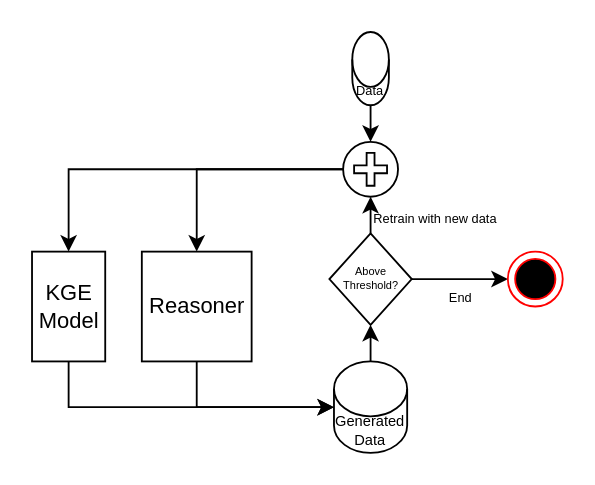
Above: page "Page-2" (2 of 3) of Untitled Diagram.drawio in smejkka3/kge-w-rule-based-reasoning (draw.io), before the change. Source tidied: cells renumbered, new cells numbered last; positions are measured from the earlier drawing's top-left corner, leaving out a move shared by most shapes. Both pictures are drawn from the tidied source at 183%, with x=0, y=0 at pixel (31, 31).
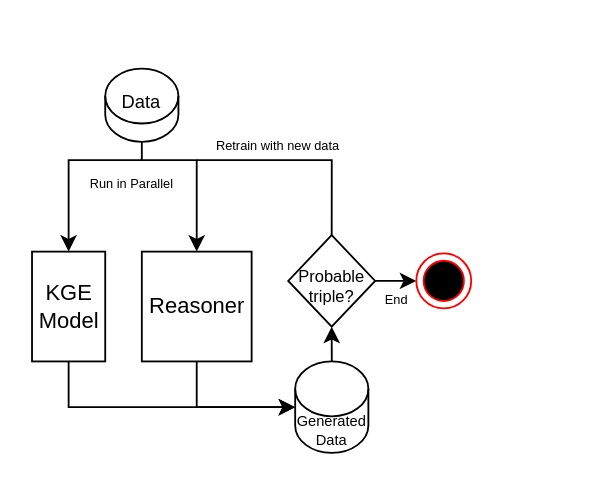
The same page after the edit.

The change refers to these unchanged cells:
```xml
<mxCell id="3" value="KGE &lt;br&gt;Model" style="html=1;dashed=0;whitespace=wrap;" parent="1" vertex="1">
  <mxGeometry y="120" width="40" height="60" as="geometry" />
</mxCell>
<mxCell id="5" value="Reasoner" style="html=1;dashed=0;whitespace=wrap;" parent="1" vertex="1">
  <mxGeometry x="60" y="120" width="60" height="60" as="geometry" />
</mxCell>
```

What changed in the source:
```diff
@@
-    <mxCell id="6" style="edgeStyle=orthogonalEdgeStyle;rounded=0;jettySize=auto;html=1;exitX=0.5;exitY=1;exitDx=0;exitDy=0;exitPerimeter=0;entryX=0.5;entryY=0;entryDx=0;entryDy=0;entryPerimeter=0;" parent="1" edge="1" source="7" target="12">
-      <mxGeometry relative="1" as="geometry" />
-    </mxCell>
-    <mxCell id="7" value="Data" style="shape=cylinder3;whiteSpace=wrap;html=1;boundedLbl=1;backgroundOutline=1;size=15;fontSize=7;" parent="1" vertex="1">
-      <mxGeometry x="175" width="20" height="40" as="geometry" />
+    <mxCell id="7" value="&lt;font style=&quot;font-size: 10px;&quot;&gt;Data&lt;/font&gt;" style="shape=cylinder3;whiteSpace=wrap;html=1;boundedLbl=1;backgroundOutline=1;size=15;fontSize=7;spacingTop=-30;" parent="1" vertex="1">
+      <mxGeometry x="40" y="20" width="40" height="40" as="geometry" />
     </mxCell>
@@
     <mxCell id="9" value="&lt;font style=&quot;font-size: 8px;&quot;&gt;Generated&lt;br style=&quot;font-size: 8px;&quot;&gt;Data&lt;/font&gt;" style="shape=cylinder3;whiteSpace=wrap;html=1;boundedLbl=1;backgroundOutline=1;size=15;fontSize=8;" parent="1" vertex="1">
-      <mxGeometry x="165" y="180" width="40" height="50" as="geometry" />
+      <mxGeometry x="143.8" y="180" width="40" height="50" as="geometry" />
     </mxCell>
-    <mxCell id="10" style="edgeStyle=orthogonalEdgeStyle;rounded=0;jettySize=auto;html=1;exitX=0;exitY=0.5;exitDx=0;exitDy=0;exitPerimeter=0;entryX=0.5;entryY=0;entryDx=0;entryDy=0;" parent="1" edge="1" source="12" target="5">
-      <mxGeometry relative="1" as="geometry" />
+    <mxCell id="10" style="edgeStyle=orthogonalEdgeStyle;rounded=0;jettySize=auto;html=1;entryX=0.5;entryY=0;entryDx=0;entryDy=0;" parent="1" edge="1" target="5">
+      <mxGeometry relative="1" as="geometry">
+        <mxPoint x="60" y="70" as="sourcePoint" />
+        <Array as="points">
+          <mxPoint x="60" y="70" />
+          <mxPoint x="90" y="70" />
+        </Array>
+      </mxGeometry>
     </mxCell>
-    <mxCell id="11" style="edgeStyle=orthogonalEdgeStyle;rounded=0;jettySize=auto;html=1;exitX=0.145;exitY=0.855;exitDx=0;exitDy=0;exitPerimeter=0;entryX=0.5;entryY=0;entryDx=0;entryDy=0;" parent="1" edge="1" source="12" target="3">
+    <mxCell id="11" style="edgeStyle=orthogonalEdgeStyle;rounded=0;jettySize=auto;html=1;entryX=0.5;entryY=0;entryDx=0;entryDy=0;exitX=0.5;exitY=1;exitDx=0;exitDy=0;exitPerimeter=0;" parent="1" edge="1" source="7" target="3">
       <mxGeometry relative="1" as="geometry">
         <Array as="points">
-          <mxPoint x="194" y="75" />
-          <mxPoint x="20" y="75" />
+          <mxPoint x="60" y="70" />
+          <mxPoint x="20" y="70" />
         </Array>
       </mxGeometry>
     </mxCell>
-    <mxCell id="12" style="points=[[0.145,0.145,0],[0.5,0,0],[0.855,0.145,0],[1,0.5,0],[0.855,0.855,0],[0.5,1,0],[0.145,0.855,0],[0,0.5,0]];shape=mxgraph.bpmn.event;html=1;verticalLabelPosition=bottom;labelBackgroundColor=#ffffff;verticalAlign=top;align=center;perimeter=ellipsePerimeter;outlineConnect=0;outline=eventInt;symbol=parallelMultiple;" parent="1" vertex="1">
-      <mxGeometry x="170" y="60" width="30" height="30" as="geometry" />
-    </mxCell>
-    <mxCell id="13" style="edgeStyle=orthogonalEdgeStyle;rounded=0;jettySize=auto;html=1;exitX=0.5;exitY=0;exitDx=0;exitDy=0;entryX=0.5;entryY=1;entryDx=0;entryDy=0;entryPerimeter=0;" parent="1" edge="1" source="16" target="12">
-      <mxGeometry relative="1" as="geometry" />
+    <mxCell id="13" style="edgeStyle=orthogonalEdgeStyle;rounded=0;jettySize=auto;html=1;exitX=0.5;exitY=0;exitDx=0;exitDy=0;endArrow=none;endFill=0;" parent="1" edge="1" source="16">
+      <mxGeometry relative="1" as="geometry">
+        <mxPoint x="90" y="70" as="targetPoint" />
+        <Array as="points">
+          <mxPoint x="164" y="70" />
+        </Array>
+      </mxGeometry>
     </mxCell>
     <mxCell id="14" value="&lt;font style=&quot;font-size: 7px;&quot;&gt;Retrain&amp;nbsp;with new data&lt;/font&gt;" style="edgeLabel;html=1;align=left;verticalAlign=middle;labelBackgroundColor=none;labelPosition=right;verticalLabelPosition=middle;" parent="13" vertex="1">
-      <mxGeometry x="-0.05" relative="1" as="geometry" />
+      <mxGeometry x="-0.05" relative="1" as="geometry">
+        <mxPoint x="-51" y="-10" as="offset" />
+      </mxGeometry>
     </mxCell>
@@
-    <mxCell id="16" value="Above Threshold?" style="shape=rhombus;html=1;verticalLabelPosition=middle;verticalAlignment=top;whiteSpace=wrap;verticalAlign=middle;labelPosition=center;align=center;fontSize=6;" parent="1" vertex="1">
-      <mxGeometry x="162.5" y="110" width="45" height="50" as="geometry" />
+    <mxCell id="16" value="&lt;font style=&quot;font-size: 9px;&quot;&gt;Probable triple?&lt;/font&gt;" style="shape=rhombus;html=1;verticalLabelPosition=middle;verticalAlignment=top;whiteSpace=wrap;verticalAlign=middle;labelPosition=center;align=center;fontSize=6;spacingTop=5;" parent="1" vertex="1">
+      <mxGeometry x="140" y="111" width="47.5" height="50" as="geometry" />
     </mxCell>
     <mxCell id="17" style="ellipse;html=1;shape=endState;fillColor=#000000;strokeColor=#ff0000;" parent="1" vertex="1">
-      <mxGeometry x="260" y="120" width="30" height="30" as="geometry" />
+      <mxGeometry x="210" y="121" width="30" height="30" as="geometry" />
     </mxCell>
+    <mxCell id="18" value="&lt;font style=&quot;font-size: 7px;&quot;&gt;Run in Parallel&lt;/font&gt;" style="edgeLabel;html=1;align=left;verticalAlign=middle;labelBackgroundColor=none;labelPosition=right;verticalLabelPosition=middle;" parent="1" vertex="1">
+      <mxGeometry y="80" as="geometry">
+        <mxPoint x="30" y="1" as="offset" />
+      </mxGeometry>
+    </mxCell>
```
